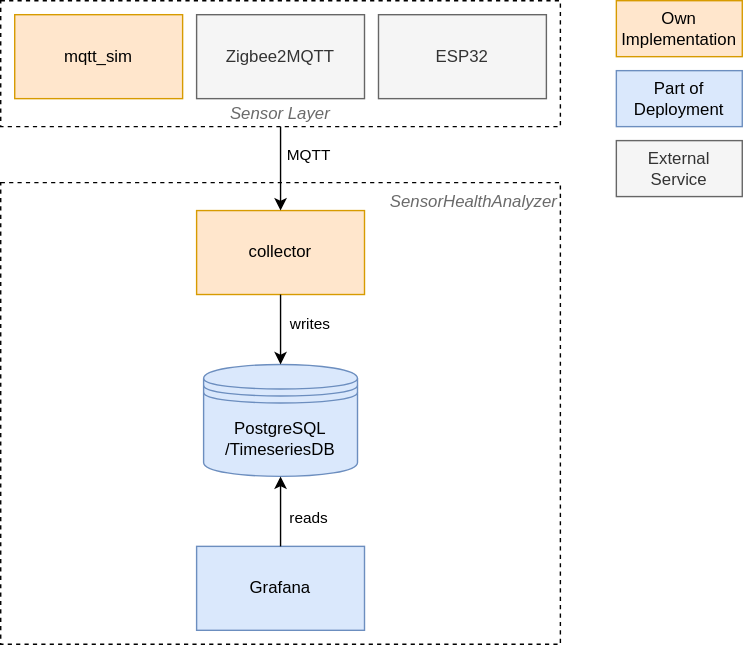
The draw.io diagram docs/arch-step1.drawio.svg in maikerlab/sensorvault, before a commit. Source tidied: cells renumbered, new cells last; positions are measured from the earlier drawing's top-left corner, leaving out a move shared by most shapes. Source of this version:
```xml
<mxGraphModel background="#FFFFFF">
  <root>
    <mxCell id="0" />
    <mxCell id="1" parent="0" />
    <mxCell id="2" value="Sensor Layer" style="rounded=0;whiteSpace=wrap;html=1;fillColor=none;dashed=1;verticalAlign=bottom;fontStyle=2;fontColor=#6A6A6A;" parent="1" vertex="1">
      <mxGeometry width="400" height="90" as="geometry" />
    </mxCell>
    <mxCell id="3" value="SensorHealthAnalyzer" style="rounded=0;whiteSpace=wrap;html=1;fillColor=none;dashed=1;align=right;verticalAlign=top;fontColor=#6A6A6A;fontStyle=2;" parent="1" vertex="1">
      <mxGeometry y="130" width="400" height="330" as="geometry" />
    </mxCell>
    <mxCell id="4" value="collector" style="rounded=0;whiteSpace=wrap;html=1;fillColor=#ffe6cc;strokeColor=#d79b00;" parent="1" vertex="1">
      <mxGeometry x="140" y="150" width="120" height="60" as="geometry" />
    </mxCell>
    <mxCell id="5" value="PostgreSQL&lt;br&gt;/TimeseriesDB" style="shape=datastore;whiteSpace=wrap;html=1;fillColor=#dae8fc;strokeColor=#6c8ebf;" parent="1" vertex="1">
      <mxGeometry x="145" y="260" width="110" height="80" as="geometry" />
    </mxCell>
    <mxCell id="6" value="Own&lt;div&gt;Implementation&lt;/div&gt;" style="rounded=0;whiteSpace=wrap;html=1;fillColor=#ffe6cc;strokeColor=#d79b00;" parent="1" vertex="1">
      <mxGeometry x="440" width="90" height="40" as="geometry" />
    </mxCell>
    <mxCell id="7" value="Part of&lt;div&gt;Deployment&lt;/div&gt;" style="rounded=0;whiteSpace=wrap;html=1;fillColor=#dae8fc;strokeColor=#6c8ebf;" parent="1" vertex="1">
      <mxGeometry x="440" y="50" width="90" height="40" as="geometry" />
    </mxCell>
    <mxCell id="8" style="edgeStyle=none;html=1;" parent="1" edge="1" source="4" target="5">
      <mxGeometry relative="1" as="geometry" />
    </mxCell>
    <mxCell id="9" value="writes" style="edgeLabel;html=1;align=center;verticalAlign=middle;" parent="8" vertex="1">
      <mxGeometry x="0.2" y="3" relative="1" as="geometry">
        <mxPoint x="17" y="-10" as="offset" />
      </mxGeometry>
    </mxCell>
    <mxCell id="10" value="mqtt_sim" style="rounded=0;whiteSpace=wrap;html=1;fillColor=#ffe6cc;strokeColor=#d79b00;" parent="1" vertex="1">
      <mxGeometry x="10" y="10" width="120" height="60" as="geometry" />
    </mxCell>
    <mxCell id="11" value="External&lt;div&gt;Service&lt;/div&gt;" style="rounded=0;whiteSpace=wrap;html=1;fillColor=#f5f5f5;strokeColor=#666666;fontColor=#333333;" parent="1" vertex="1">
      <mxGeometry x="440" y="100" width="90" height="40" as="geometry" />
    </mxCell>
    <mxCell id="12" value="Zigbee2MQTT" style="rounded=0;whiteSpace=wrap;html=1;fillColor=#f5f5f5;fontColor=#333333;strokeColor=#666666;" parent="1" vertex="1">
      <mxGeometry x="140" y="10" width="120" height="60" as="geometry" />
    </mxCell>
    <mxCell id="13" value="MQTT" style="endArrow=classic;html=1;rounded=0;exitX=0.5;exitY=1;exitDx=0;exitDy=0;" parent="1" edge="1" source="2" target="4">
      <mxGeometry x="-0.33" y="20" relative="1" as="geometry" />
    </mxCell>
    <mxCell id="14" value="Grafana" style="rounded=0;whiteSpace=wrap;html=1;fillColor=#dae8fc;strokeColor=#6c8ebf;" parent="1" vertex="1">
      <mxGeometry x="140" y="390" width="120" height="60" as="geometry" />
    </mxCell>
    <mxCell id="15" value="reads" style="endArrow=classic;html=1;rounded=0;" parent="1" edge="1" source="14" target="5">
      <mxGeometry x="-0.2" y="-20" relative="1" as="geometry" />
    </mxCell>
    <mxCell id="16" value="ESP32" style="rounded=0;whiteSpace=wrap;html=1;fillColor=#f5f5f5;fontColor=#333333;strokeColor=#666666;" parent="1" vertex="1">
      <mxGeometry x="270" y="10" width="120" height="60" as="geometry" />
    </mxCell>
  </root>
</mxGraphModel>
```
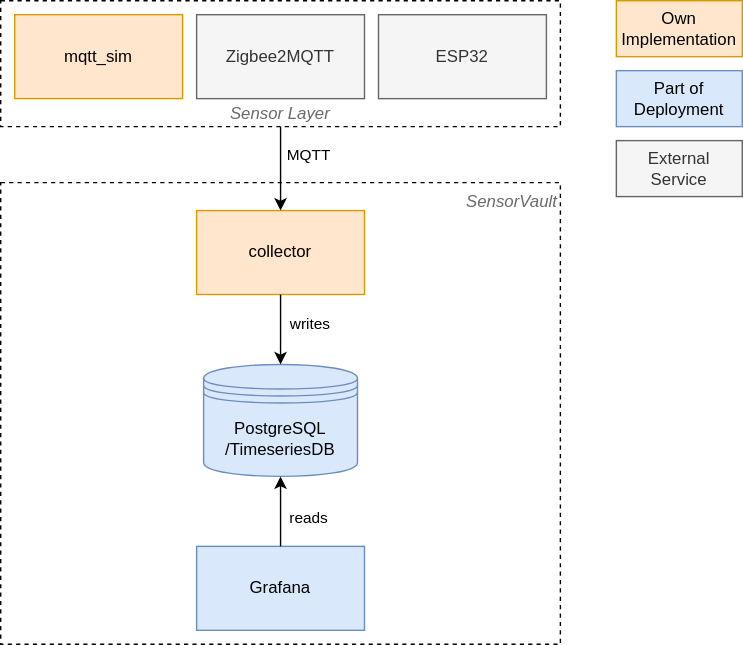
After the change.

Diff of the diagram source:
```diff
@@ -5,7 +5,7 @@
     <mxCell id="2" value="Sensor Layer" style="rounded=0;whiteSpace=wrap;html=1;fillColor=none;dashed=1;verticalAlign=bottom;fontStyle=2;fontColor=#6A6A6A;" parent="1" vertex="1">
       <mxGeometry width="400" height="90" as="geometry" />
     </mxCell>
-    <mxCell id="3" value="SensorHealthAnalyzer" style="rounded=0;whiteSpace=wrap;html=1;fillColor=none;dashed=1;align=right;verticalAlign=top;fontColor=#6A6A6A;fontStyle=2;" parent="1" vertex="1">
+    <mxCell id="3" value="SensorVault" style="rounded=0;whiteSpace=wrap;html=1;fillColor=none;dashed=1;align=right;verticalAlign=top;fontColor=#6A6A6A;fontStyle=2;" parent="1" vertex="1">
       <mxGeometry y="130" width="400" height="330" as="geometry" />
     </mxCell>
     <mxCell id="4" value="collector" style="rounded=0;whiteSpace=wrap;html=1;fillColor=#ffe6cc;strokeColor=#d79b00;" parent="1" vertex="1">
```
